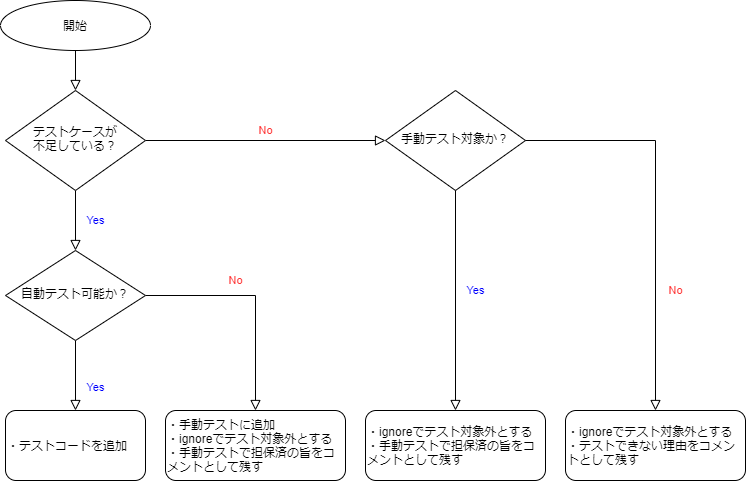
The draw.io diagram website/docs/react-native/santoku/test-planning/ut-reconfirmation-flow.drawio.png in ws-4020/mobile-app-crib-notes, before a commit. Source tidied: cells renumbered, new cells last; positions are measured from the earlier drawing's top-left corner, leaving out a move shared by most shapes.
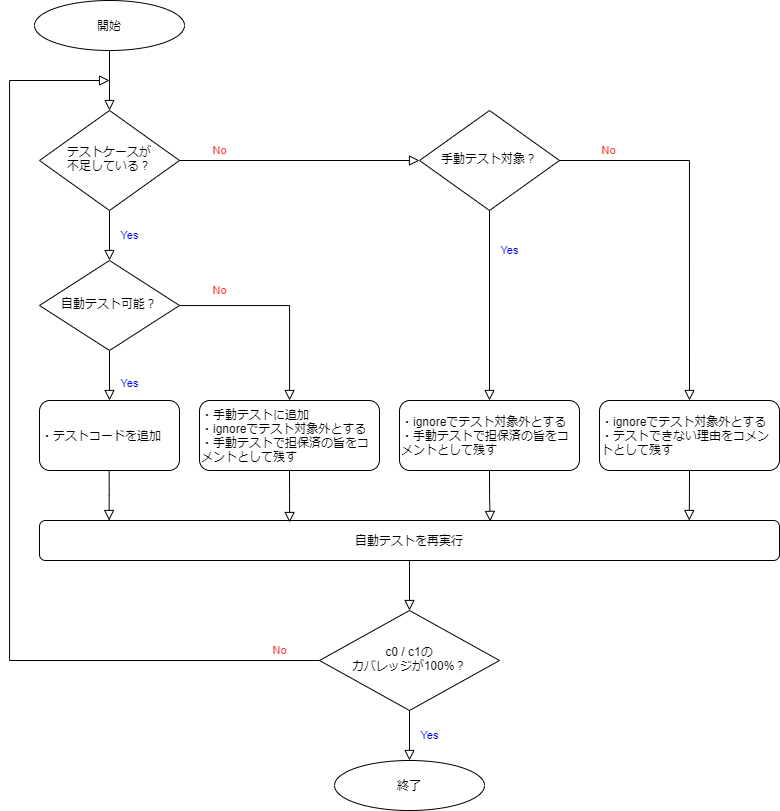
Above is the later version.

Commit message:
自動テストの記載と、c0c1カバレッジ未達フローの整理

What changed in the source:
```diff
@@ -11,43 +11,88 @@
       <mxGeometry y="20" relative="1" as="geometry" />
     </mxCell>
     <mxCell id="4" value="No" style="edgeStyle=orthogonalEdgeStyle;rounded=0;html=1;jettySize=auto;fontSize=11;endArrow=block;endFill=0;endSize=8;strokeWidth=1;shadow=0;labelBackgroundColor=none;fontColor=#FF3333;entryX=0;entryY=0.5;entryDx=0;entryDy=0;" parent="1" edge="1" source="5" target="12">
-      <mxGeometry y="10" relative="1" as="geometry" />
+      <mxGeometry x="-0.67" y="10" relative="1" as="geometry" />
     </mxCell>
     <mxCell id="5" value="テストケースが&lt;br&gt;不足している？" style="rhombus;whiteSpace=wrap;html=1;shadow=0;fontFamily=Helvetica;fontSize=12;align=center;strokeWidth=1;spacing=6;spacingTop=-4;" parent="1" vertex="1">
-      <mxGeometry x="5" y="90" width="140" height="100" as="geometry" />
+      <mxGeometry x="5" y="110" width="140" height="100" as="geometry" />
     </mxCell>
     <mxCell id="6" value="Yes" style="rounded=0;html=1;jettySize=auto;fontSize=11;endArrow=block;endFill=0;endSize=8;strokeWidth=1;shadow=0;labelBackgroundColor=none;edgeStyle=orthogonalEdgeStyle;fontColor=#0000FF;" parent="1" edge="1" source="8" target="9">
       <mxGeometry x="0.33" y="20" relative="1" as="geometry" />
     </mxCell>
     <mxCell id="7" value="No" style="edgeStyle=orthogonalEdgeStyle;rounded=0;html=1;jettySize=auto;fontSize=11;endArrow=block;endFill=0;endSize=8;strokeWidth=1;shadow=0;labelBackgroundColor=none;fontColor=#FF3333;" parent="1" edge="1" source="8" target="10">
-      <mxGeometry x="-0.2" y="15" relative="1" as="geometry" />
+      <mxGeometry x="-0.61" y="15" relative="1" as="geometry" />
     </mxCell>
-    <mxCell id="8" value="自動テスト可能か？" style="rhombus;whiteSpace=wrap;html=1;shadow=0;fontFamily=Helvetica;fontSize=12;align=center;strokeWidth=1;spacing=6;spacingTop=-4;" parent="1" vertex="1">
-      <mxGeometry x="5" y="250" width="140" height="90" as="geometry" />
+    <mxCell id="8" value="自動テスト可能？" style="rhombus;whiteSpace=wrap;html=1;shadow=0;fontFamily=Helvetica;fontSize=12;align=center;strokeWidth=1;spacing=6;spacingTop=-4;" parent="1" vertex="1">
+      <mxGeometry x="5" y="260" width="140" height="90" as="geometry" />
     </mxCell>
     <mxCell id="9" value="・テストコードを追加" style="rounded=1;whiteSpace=wrap;html=1;fontSize=12;glass=0;strokeWidth=1;shadow=0;align=left;" parent="1" vertex="1">
-      <mxGeometry x="5" y="410" width="140" height="70" as="geometry" />
+      <mxGeometry x="5" y="400" width="140" height="70" as="geometry" />
     </mxCell>
     <mxCell id="10" value="・手動テストに追加&lt;br&gt;・ignoreでテスト対象外とする&lt;br&gt;・手動テストで担保済の旨をコメントとして残す" style="rounded=1;whiteSpace=wrap;html=1;fontSize=12;glass=0;strokeWidth=1;shadow=0;align=left;" parent="1" vertex="1">
-      <mxGeometry x="165" y="410" width="180" height="70" as="geometry" />
+      <mxGeometry x="165" y="400" width="180" height="70" as="geometry" />
     </mxCell>
     <mxCell id="11" value="開始" style="strokeWidth=1;html=1;shape=mxgraph.flowchart.start_2;whiteSpace=wrap;" parent="1" vertex="1">
       <mxGeometry width="150" height="50" as="geometry" />
     </mxCell>
-    <mxCell id="12" value="手動テスト対象か？" style="rhombus;whiteSpace=wrap;html=1;shadow=0;fontFamily=Helvetica;fontSize=12;align=center;strokeWidth=1;spacing=6;spacingTop=-4;" parent="1" vertex="1">
-      <mxGeometry x="385" y="90" width="140" height="100" as="geometry" />
+    <mxCell id="12" value="手動テスト対象？" style="rhombus;whiteSpace=wrap;html=1;shadow=0;fontFamily=Helvetica;fontSize=12;align=center;strokeWidth=1;spacing=6;spacingTop=-4;" parent="1" vertex="1">
+      <mxGeometry x="385" y="110" width="140" height="100" as="geometry" />
     </mxCell>
     <mxCell id="13" value="・ignoreでテスト対象外とする&lt;br&gt;・手動テストで担保済の旨をコメントとして残す" style="rounded=1;whiteSpace=wrap;html=1;fontSize=12;glass=0;strokeWidth=1;shadow=0;align=left;" parent="1" vertex="1">
-      <mxGeometry x="365" y="410" width="180" height="70" as="geometry" />
+      <mxGeometry x="365" y="400" width="180" height="70" as="geometry" />
     </mxCell>
     <mxCell id="14" value="Yes" style="edgeStyle=orthogonalEdgeStyle;rounded=0;html=1;jettySize=auto;fontSize=11;endArrow=block;endFill=0;endSize=8;strokeWidth=1;shadow=0;labelBackgroundColor=none;fontColor=#0000FF;entryX=0.5;entryY=0;entryDx=0;entryDy=0;exitX=0.5;exitY=1;exitDx=0;exitDy=0;" parent="1" edge="1" source="12" target="13">
-      <mxGeometry x="-0.09" y="20" relative="1" as="geometry" />
+      <mxGeometry x="-0.58" y="20" relative="1" as="geometry" />
     </mxCell>
     <mxCell id="15" value="・ignoreでテスト対象外とする&lt;br&gt;・テストできない理由をコメントとして残す" style="rounded=1;whiteSpace=wrap;html=1;fontSize=12;glass=0;strokeWidth=1;shadow=0;align=left;" parent="1" vertex="1">
-      <mxGeometry x="565" y="410" width="180" height="70" as="geometry" />
+      <mxGeometry x="565" y="400" width="180" height="70" as="geometry" />
     </mxCell>
     <mxCell id="16" value="No" style="edgeStyle=orthogonalEdgeStyle;rounded=0;html=1;jettySize=auto;fontSize=11;endArrow=block;endFill=0;endSize=8;strokeWidth=1;shadow=0;labelBackgroundColor=none;fontColor=#FF3333;entryX=0.5;entryY=0;entryDx=0;entryDy=0;exitX=1;exitY=0.5;exitDx=0;exitDy=0;" parent="1" edge="1" source="12" target="15">
-      <mxGeometry x="0.4" y="20" relative="1" as="geometry" />
+      <mxGeometry x="-0.73" y="10" relative="1" as="geometry" />
     </mxCell>
+    <mxCell id="17" value="自動テストを再実行" style="rounded=1;whiteSpace=wrap;html=1;fontSize=12;glass=0;strokeWidth=1;shadow=0;align=center;" parent="1" vertex="1">
+      <mxGeometry x="5" y="520" width="740" height="40" as="geometry" />
+    </mxCell>
+    <mxCell id="18" style="rounded=0;html=1;jettySize=auto;fontSize=11;endArrow=block;endFill=0;endSize=8;strokeWidth=1;shadow=0;labelBackgroundColor=none;edgeStyle=orthogonalEdgeStyle;fontColor=#0000FF;entryX=0.094;entryY=0;entryDx=0;entryDy=0;entryPerimeter=0;" parent="1" edge="1" target="17">
+      <mxGeometry x="0.33" y="20" relative="1" as="geometry">
+        <mxPoint x="74.7" y="470" as="sourcePoint" />
+      </mxGeometry>
+    </mxCell>
+    <mxCell id="19" style="rounded=0;html=1;jettySize=auto;fontSize=11;endArrow=block;endFill=0;endSize=8;strokeWidth=1;shadow=0;labelBackgroundColor=none;edgeStyle=orthogonalEdgeStyle;fontColor=#0000FF;entryX=0.338;entryY=0.05;entryDx=0;entryDy=0;entryPerimeter=0;" parent="1" edge="1" target="17">
+      <mxGeometry x="0.33" y="20" relative="1" as="geometry">
+        <mxPoint x="255" y="470" as="sourcePoint" />
+      </mxGeometry>
+    </mxCell>
+    <mxCell id="20" style="rounded=0;html=1;jettySize=auto;fontSize=11;endArrow=block;endFill=0;endSize=8;strokeWidth=1;shadow=0;labelBackgroundColor=none;edgeStyle=orthogonalEdgeStyle;fontColor=#0000FF;entryX=0.609;entryY=0.023;entryDx=0;entryDy=0;entryPerimeter=0;" parent="1" edge="1" target="17">
+      <mxGeometry x="0.33" y="20" relative="1" as="geometry">
+        <mxPoint x="455" y="470" as="sourcePoint" />
+      </mxGeometry>
+    </mxCell>
+    <mxCell id="21" style="rounded=0;html=1;jettySize=auto;fontSize=11;endArrow=block;endFill=0;endSize=8;strokeWidth=1;shadow=0;labelBackgroundColor=none;edgeStyle=orthogonalEdgeStyle;fontColor=#0000FF;entryX=0.878;entryY=0;entryDx=0;entryDy=0;entryPerimeter=0;" parent="1" edge="1" target="17">
+      <mxGeometry x="0.33" y="20" relative="1" as="geometry">
+        <mxPoint x="655" y="470" as="sourcePoint" />
+      </mxGeometry>
+    </mxCell>
+    <mxCell id="22" value="c0 / c1の&lt;br&gt;カバレッジが100%？" style="rhombus;whiteSpace=wrap;html=1;shadow=0;fontFamily=Helvetica;fontSize=12;align=center;strokeWidth=1;spacing=6;spacingTop=-4;" parent="1" vertex="1">
+      <mxGeometry x="285" y="610" width="180" height="100" as="geometry" />
+    </mxCell>
+    <mxCell id="23" style="rounded=0;html=1;jettySize=auto;fontSize=11;endArrow=block;endFill=0;endSize=8;strokeWidth=1;shadow=0;labelBackgroundColor=none;edgeStyle=orthogonalEdgeStyle;fontColor=#0000FF;entryX=0.5;entryY=0;entryDx=0;entryDy=0;exitX=0.5;exitY=1;exitDx=0;exitDy=0;" parent="1" edge="1" source="17" target="22">
+      <mxGeometry relative="1" as="geometry" />
+    </mxCell>
+    <mxCell id="24" value="Yes" style="rounded=0;html=1;jettySize=auto;fontSize=11;endArrow=block;endFill=0;endSize=8;strokeWidth=1;shadow=0;labelBackgroundColor=none;edgeStyle=orthogonalEdgeStyle;fontColor=#0000FF;exitX=0.5;exitY=1;exitDx=0;exitDy=0;" parent="1" edge="1" source="22" target="25">
+      <mxGeometry y="20" relative="1" as="geometry" />
+    </mxCell>
+    <mxCell id="25" value="終了" style="strokeWidth=1;html=1;shape=mxgraph.flowchart.start_2;whiteSpace=wrap;" parent="1" vertex="1">
+      <mxGeometry x="300" y="760" width="150" height="50" as="geometry" />
+    </mxCell>
+    <mxCell id="26" value="No" style="edgeStyle=orthogonalEdgeStyle;rounded=0;html=1;jettySize=auto;fontSize=11;endArrow=block;endFill=0;endSize=8;strokeWidth=1;shadow=0;labelBackgroundColor=none;fontColor=#FF3333;exitX=0;exitY=0.5;exitDx=0;exitDy=0;" parent="1" edge="1" source="22">
+      <mxGeometry x="-0.92" y="-10" relative="1" as="geometry">
+        <mxPoint x="75" y="80" as="targetPoint" />
+        <Array as="points">
+          <mxPoint x="-25" y="660" />
+          <mxPoint x="-25" y="80" />
+          <mxPoint x="75" y="80" />
+        </Array>
+      </mxGeometry>
+    </mxCell>
   </root>
 </mxGraphModel>
```
